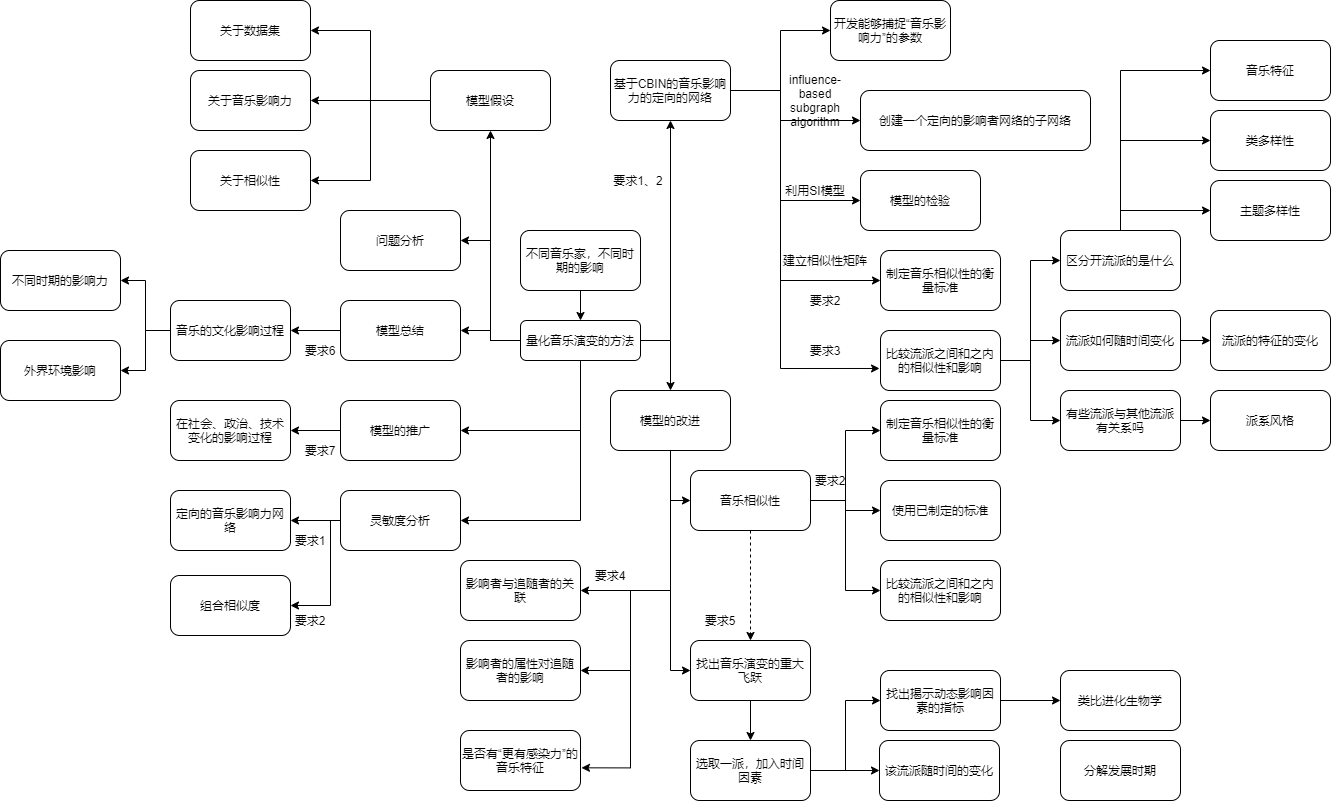
This is graph/mind map1.png from susan120433/distribution-is-all-you-need, a draw.io export, as it was before one commit. Source tidied: cells renumbered, new cells last; positions are measured from the earlier drawing's top-left corner, leaving out a move shared by most shapes.
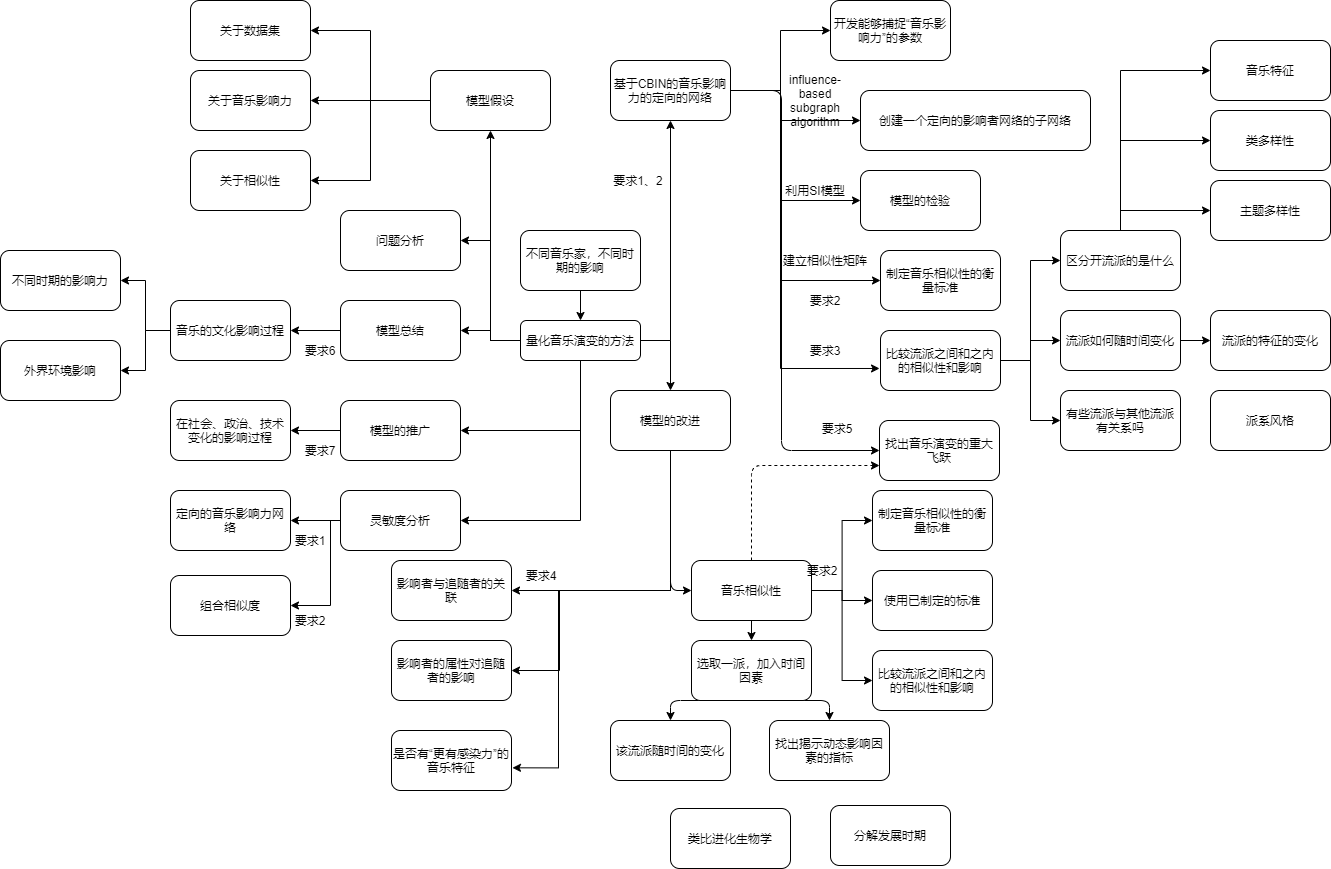
Later version of the same file.

What changed in the source:
```diff
@@ -47,20 +47,14 @@
       <mxGeometry x="860" y="90" width="230" height="60" as="geometry" />
     </mxCell>
     <mxCell id="14" value="制定音乐相似性的衡量标准" style="rounded=1;whiteSpace=wrap;html=1;" parent="1" vertex="1">
-      <mxGeometry x="880" y="400" width="120" height="60" as="geometry" />
+      <mxGeometry x="872" y="490" width="120" height="60" as="geometry" />
     </mxCell>
     <mxCell id="15" value="使用已制定的标准" style="rounded=1;whiteSpace=wrap;html=1;" parent="1" vertex="1">
-      <mxGeometry x="880" y="480" width="120" height="60" as="geometry" />
+      <mxGeometry x="872" y="570" width="120" height="60" as="geometry" />
     </mxCell>
     <mxCell id="16" value="比较流派之间和之内的相似性和影响" style="rounded=1;whiteSpace=wrap;html=1;" parent="1" vertex="1">
-      <mxGeometry x="880" y="560" width="120" height="60" as="geometry" />
+      <mxGeometry x="872" y="650" width="120" height="60" as="geometry" />
     </mxCell>
-    <mxCell id="17" style="edgeStyle=orthogonalEdgeStyle;rounded=0;jettySize=auto;html=1;exitX=0.5;exitY=1;exitDx=0;exitDy=0;entryX=0;entryY=0.5;entryDx=0;entryDy=0;" parent="1" edge="1" source="22" target="45">
-      <mxGeometry relative="1" as="geometry" />
-    </mxCell>
-    <mxCell id="18" style="edgeStyle=orthogonalEdgeStyle;rounded=0;jettySize=auto;html=1;exitX=0.5;exitY=1;exitDx=0;exitDy=0;entryX=0;entryY=0.5;entryDx=0;entryDy=0;" parent="1" edge="1" source="22" target="24">
-      <mxGeometry relative="1" as="geometry" />
-    </mxCell>
     <mxCell id="19" style="edgeStyle=orthogonalEdgeStyle;rounded=0;jettySize=auto;html=1;exitX=0.5;exitY=1;exitDx=0;exitDy=0;entryX=1;entryY=0.5;entryDx=0;entryDy=0;" parent="1" edge="1" source="22" target="74">
       <mxGeometry relative="1" as="geometry" />
     </mxCell>
@@ -68,8 +62,8 @@
       <mxGeometry relative="1" as="geometry">
         <Array as="points">
           <mxPoint x="670" y="590" />
-          <mxPoint x="630" y="590" />
-          <mxPoint x="630" y="670" />
+          <mxPoint x="559" y="590" />
+          <mxPoint x="559" y="670" />
         </Array>
       </mxGeometry>
     </mxCell>
@@ -77,28 +71,40 @@
       <mxGeometry relative="1" as="geometry">
         <Array as="points">
           <mxPoint x="670" y="590" />
-          <mxPoint x="630" y="590" />
-          <mxPoint x="630" y="767" />
+          <mxPoint x="558" y="590" />
+          <mxPoint x="558" y="767" />
         </Array>
       </mxGeometry>
     </mxCell>
+    <mxCell id="17" style="edgeStyle=orthogonalEdgeStyle;curved=0;rounded=1;sketch=0;jettySize=auto;html=1;exitX=0.5;exitY=1;exitDx=0;exitDy=0;entryX=0;entryY=0.5;entryDx=0;entryDy=0;" parent="1" edge="1" source="22" target="45">
+      <mxGeometry relative="1" as="geometry">
+        <Array as="points">
+          <mxPoint x="670" y="590" />
+        </Array>
+      </mxGeometry>
+    </mxCell>
     <mxCell id="22" value="模型的改进" style="rounded=1;whiteSpace=wrap;html=1;" parent="1" vertex="1">
       <mxGeometry x="610" y="390" width="120" height="60" as="geometry" />
     </mxCell>
-    <mxCell id="23" style="edgeStyle=orthogonalEdgeStyle;rounded=0;jettySize=auto;html=1;exitX=0.5;exitY=1;exitDx=0;exitDy=0;entryX=0.5;entryY=0;entryDx=0;entryDy=0;" parent="1" edge="1" source="24" target="27">
-      <mxGeometry relative="1" as="geometry" />
-    </mxCell>
     <mxCell id="24" value="找出音乐演变的重大飞跃" style="rounded=1;whiteSpace=wrap;html=1;" parent="1" vertex="1">
-      <mxGeometry x="690" y="640" width="120" height="60" as="geometry" />
+      <mxGeometry x="879" y="420" width="120" height="60" as="geometry" />
     </mxCell>
+    <mxCell id="26" style="edgeStyle=orthogonalEdgeStyle;curved=0;rounded=1;sketch=0;jettySize=auto;html=1;exitX=0.5;exitY=1;exitDx=0;exitDy=0;entryX=0.5;entryY=0;entryDx=0;entryDy=0;" parent="1" edge="1" source="27" target="99">
+      <mxGeometry relative="1" as="geometry">
+        <Array as="points">
+          <mxPoint x="670" y="700" />
+        </Array>
+      </mxGeometry>
+    </mxCell>
-    <mxCell id="25" style="edgeStyle=orthogonalEdgeStyle;rounded=0;jettySize=auto;html=1;exitX=1;exitY=0.5;exitDx=0;exitDy=0;entryX=0;entryY=0.5;entryDx=0;entryDy=0;" parent="1" edge="1" source="27" target="98">
-      <mxGeometry relative="1" as="geometry" />
+    <mxCell id="25" style="edgeStyle=orthogonalEdgeStyle;curved=0;rounded=1;sketch=0;jettySize=auto;html=1;exitX=0.5;exitY=1;exitDx=0;exitDy=0;entryX=0.5;entryY=0;entryDx=0;entryDy=0;" parent="1" edge="1" source="27" target="98">
+      <mxGeometry relative="1" as="geometry">
+        <Array as="points">
+          <mxPoint x="829" y="700" />
+        </Array>
+      </mxGeometry>
     </mxCell>
-    <mxCell id="26" style="edgeStyle=orthogonalEdgeStyle;rounded=0;jettySize=auto;html=1;exitX=1;exitY=0.5;exitDx=0;exitDy=0;entryX=0;entryY=0.5;entryDx=0;entryDy=0;" parent="1" edge="1" source="27" target="99">
-      <mxGeometry relative="1" as="geometry" />
-    </mxCell>
     <mxCell id="27" value="选取一派，加入时间因素" style="rounded=1;whiteSpace=wrap;html=1;" parent="1" vertex="1">
-      <mxGeometry x="690" y="740" width="120" height="60" as="geometry" />
+      <mxGeometry x="691" y="640" width="120" height="60" as="geometry" />
     </mxCell>
     <mxCell id="28" style="edgeStyle=orthogonalEdgeStyle;rounded=0;jettySize=auto;html=1;exitX=0;exitY=0.5;exitDx=0;exitDy=0;entryX=1;entryY=0.5;entryDx=0;entryDy=0;" parent="1" edge="1" source="29" target="58">
       <mxGeometry relative="1" as="geometry" />
@@ -161,6 +167,14 @@
         </Array>
       </mxGeometry>
     </mxCell>
+    <mxCell id="102" style="edgeStyle=orthogonalEdgeStyle;curved=0;rounded=1;sketch=0;jettySize=auto;html=1;exitX=1;exitY=0.5;exitDx=0;exitDy=0;entryX=0;entryY=0.5;entryDx=0;entryDy=0;" parent="1" edge="1" source="40" target="24">
+      <mxGeometry relative="1" as="geometry">
+        <Array as="points">
+          <mxPoint x="781" y="90" />
+          <mxPoint x="781" y="450" />
+        </Array>
+      </mxGeometry>
+    </mxCell>
     <mxCell id="40" value="基于CBIN的音乐影响力的定向的网络" style="rounded=1;whiteSpace=wrap;html=1;" parent="1" vertex="1">
       <mxGeometry x="610" y="60" width="120" height="60" as="geometry" />
     </mxCell>
@@ -173,11 +187,14 @@
     <mxCell id="43" style="edgeStyle=orthogonalEdgeStyle;rounded=0;jettySize=auto;html=1;exitX=1;exitY=0.5;exitDx=0;exitDy=0;entryX=0;entryY=0.5;entryDx=0;entryDy=0;" parent="1" edge="1" source="45" target="16">
       <mxGeometry relative="1" as="geometry" />
     </mxCell>
-    <mxCell id="44" style="edgeStyle=orthogonalEdgeStyle;rounded=0;jettySize=auto;html=1;exitX=0.5;exitY=1;exitDx=0;exitDy=0;entryX=0.5;entryY=0;entryDx=0;entryDy=0;dashed=1;" parent="1" edge="1" source="45" target="24">
+    <mxCell id="44" style="edgeStyle=orthogonalEdgeStyle;curved=0;rounded=1;sketch=0;jettySize=auto;html=1;exitX=0.5;exitY=0;exitDx=0;exitDy=0;entryX=0;entryY=0.75;entryDx=0;entryDy=0;dashed=1;" parent="1" edge="1" source="45" target="24">
       <mxGeometry relative="1" as="geometry" />
     </mxCell>
+    <mxCell id="103" style="edgeStyle=orthogonalEdgeStyle;curved=0;rounded=1;sketch=0;jettySize=auto;html=1;exitX=0.5;exitY=1;exitDx=0;exitDy=0;entryX=0.5;entryY=0;entryDx=0;entryDy=0;" parent="1" edge="1" source="45" target="27">
+      <mxGeometry relative="1" as="geometry" />
+    </mxCell>
     <mxCell id="45" value="音乐相似性" style="rounded=1;whiteSpace=wrap;html=1;" parent="1" vertex="1">
-      <mxGeometry x="690" y="470" width="120" height="60" as="geometry" />
+      <mxGeometry x="691" y="560" width="120" height="60" as="geometry" />
     </mxCell>
     <mxCell id="46" value="问题分析" style="rounded=1;whiteSpace=wrap;html=1;" parent="1" vertex="1">
       <mxGeometry x="340" y="210" width="120" height="60" as="geometry" />
@@ -234,13 +251,13 @@
       <mxGeometry x="805" y="290" width="40" height="20" as="geometry" />
     </mxCell>
     <mxCell id="64" value="要求2" style="text;html=1;strokeColor=none;fillColor=none;align=center;verticalAlign=middle;whiteSpace=wrap;rounded=0;" parent="1" vertex="1">
-      <mxGeometry x="810" y="470" width="40" height="20" as="geometry" />
+      <mxGeometry x="802" y="560" width="40" height="20" as="geometry" />
     </mxCell>
     <mxCell id="65" value="要求4" style="text;html=1;strokeColor=none;fillColor=none;align=center;verticalAlign=middle;whiteSpace=wrap;rounded=0;" parent="1" vertex="1">
-      <mxGeometry x="590" y="565" width="40" height="20" as="geometry" />
+      <mxGeometry x="521" y="565" width="40" height="20" as="geometry" />
     </mxCell>
     <mxCell id="66" value="要求5" style="text;html=1;strokeColor=none;fillColor=none;align=center;verticalAlign=middle;whiteSpace=wrap;rounded=0;" parent="1" vertex="1">
-      <mxGeometry x="700" y="610" width="40" height="20" as="geometry" />
+      <mxGeometry x="817" y="418" width="40" height="20" as="geometry" />
     </mxCell>
     <mxCell id="67" value="要求6" style="text;html=1;strokeColor=none;fillColor=none;align=center;verticalAlign=middle;whiteSpace=wrap;rounded=0;" parent="1" vertex="1">
       <mxGeometry x="300" y="340" width="40" height="20" as="geometry" />
@@ -264,13 +281,13 @@
       <mxGeometry x="780" y="250" width="90" height="20" as="geometry" />
     </mxCell>
     <mxCell id="74" value="影响者与追随者的关联" style="rounded=1;whiteSpace=wrap;html=1;" parent="1" vertex="1">
-      <mxGeometry x="460" y="560" width="120" height="60" as="geometry" />
+      <mxGeometry x="391" y="560" width="120" height="60" as="geometry" />
     </mxCell>
     <mxCell id="75" value="影响者的属性对追随者的影响" style="rounded=1;whiteSpace=wrap;html=1;" parent="1" vertex="1">
-      <mxGeometry x="460" y="640" width="120" height="60" as="geometry" />
+      <mxGeometry x="391" y="640" width="120" height="60" as="geometry" />
     </mxCell>
     <mxCell id="76" value="是否有“更有感染力”的音乐特征" style="rounded=1;whiteSpace=wrap;html=1;" parent="1" vertex="1">
-      <mxGeometry x="460" y="730" width="120" height="60" as="geometry" />
+      <mxGeometry x="391" y="730" width="120" height="60" as="geometry" />
     </mxCell>
     <mxCell id="77" style="edgeStyle=orthogonalEdgeStyle;rounded=0;jettySize=auto;html=1;exitX=1;exitY=0.5;exitDx=0;exitDy=0;entryX=0;entryY=0.5;entryDx=0;entryDy=0;" parent="1" edge="1" source="80" target="84">
       <mxGeometry relative="1" as="geometry" />
@@ -302,9 +319,6 @@
     <mxCell id="86" value="流派如何随时间变化" style="rounded=1;whiteSpace=wrap;html=1;" parent="1" vertex="1">
       <mxGeometry x="1060" y="310" width="120" height="60" as="geometry" />
     </mxCell>
-    <mxCell id="87" style="edgeStyle=orthogonalEdgeStyle;rounded=0;jettySize=auto;html=1;exitX=1;exitY=0.5;exitDx=0;exitDy=0;entryX=0;entryY=0.5;entryDx=0;entryDy=0;" parent="1" edge="1" source="88" target="93">
-      <mxGeometry relative="1" as="geometry" />
-    </mxCell>
     <mxCell id="88" value="有些流派与其他流派有关系吗" style="rounded=1;whiteSpace=wrap;html=1;" parent="1" vertex="1">
       <mxGeometry x="1060" y="390" width="120" height="60" as="geometry" />
     </mxCell>
@@ -332,20 +346,17 @@
     <mxCell id="96" value="外界环境影响" style="rounded=1;whiteSpace=wrap;html=1;" parent="1" vertex="1">
       <mxGeometry y="340" width="120" height="60" as="geometry" />
     </mxCell>
-    <mxCell id="97" style="edgeStyle=orthogonalEdgeStyle;rounded=0;jettySize=auto;html=1;exitX=1;exitY=0.5;exitDx=0;exitDy=0;entryX=0;entryY=0.5;entryDx=0;entryDy=0;" parent="1" edge="1" source="98" target="100">
-      <mxGeometry relative="1" as="geometry" />
-    </mxCell>
     <mxCell id="98" value="找出揭示动态影响因素的指标" style="rounded=1;whiteSpace=wrap;html=1;" parent="1" vertex="1">
-      <mxGeometry x="880" y="670" width="120" height="60" as="geometry" />
+      <mxGeometry x="769" y="720" width="120" height="60" as="geometry" />
     </mxCell>
     <mxCell id="99" value="该流派随时间的变化" style="rounded=1;whiteSpace=wrap;html=1;" parent="1" vertex="1">
-      <mxGeometry x="879" y="740" width="120" height="60" as="geometry" />
+      <mxGeometry x="610" y="720" width="120" height="60" as="geometry" />
     </mxCell>
     <mxCell id="100" value="类比进化生物学" style="rounded=1;whiteSpace=wrap;html=1;" parent="1" vertex="1">
-      <mxGeometry x="1060" y="670" width="120" height="60" as="geometry" />
+      <mxGeometry x="670" y="808" width="120" height="60" as="geometry" />
     </mxCell>
     <mxCell id="101" value="分解发展时期" style="rounded=1;whiteSpace=wrap;html=1;" parent="1" vertex="1">
-      <mxGeometry x="1060" y="740" width="120" height="60" as="geometry" />
+      <mxGeometry x="830" y="805" width="120" height="60" as="geometry" />
     </mxCell>
   </root>
 </mxGraphModel>
```
